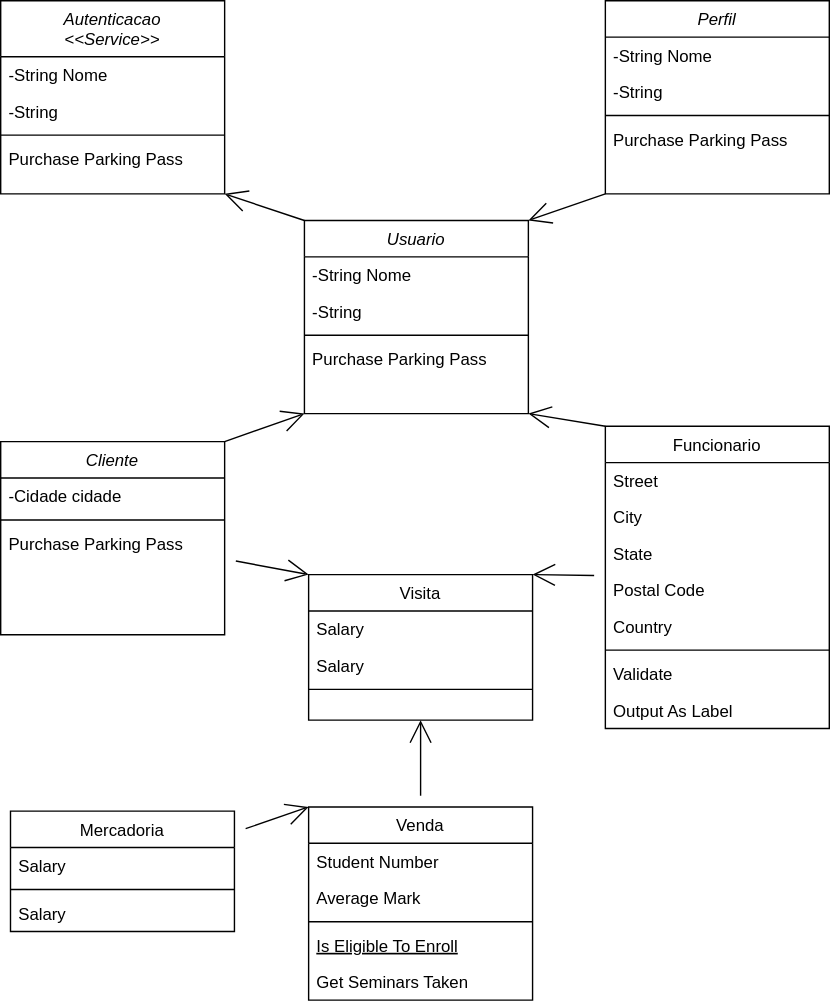
Before: .diagramas/class.client.drawio.svg, a diagram exported from draw.io (jcjoo/pi). Source tidied: cells renumbered, new cells last; positions are measured from the earlier drawing's top-left corner, leaving out a move shared by most shapes.
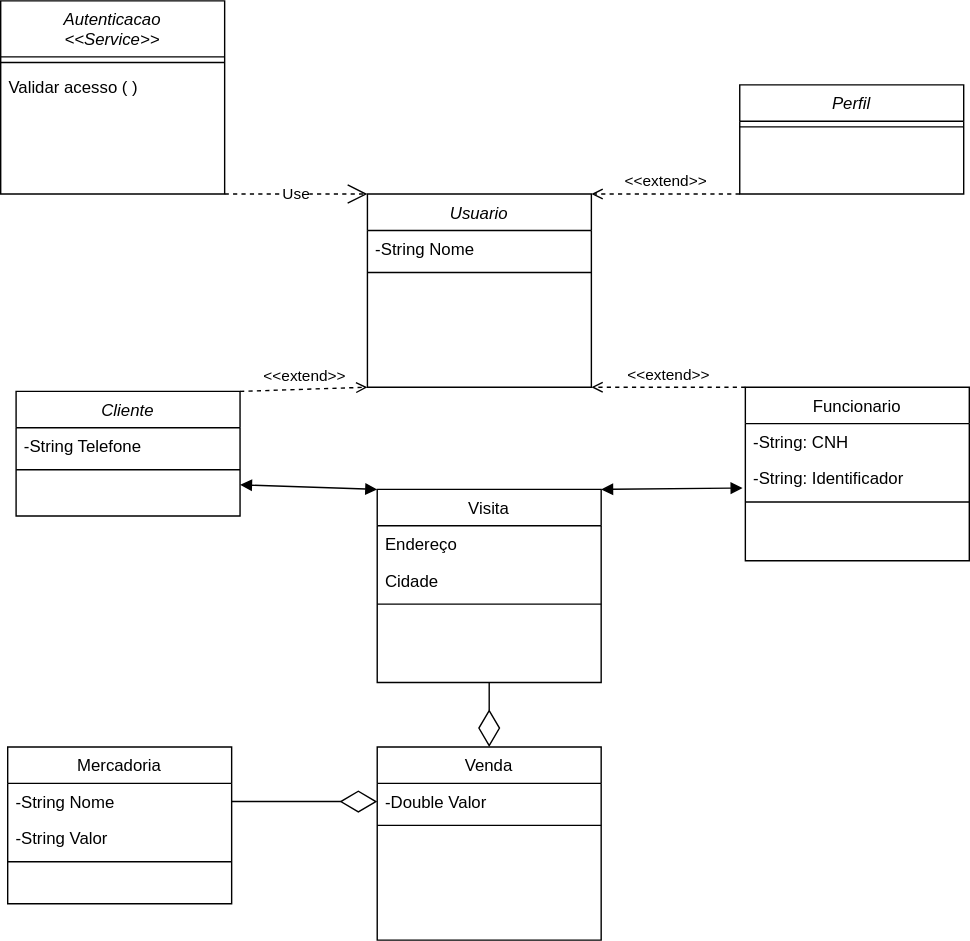
Later version of the same file.

What changed in the source:
```diff
@@ -2,155 +2,109 @@
   <root>
     <mxCell id="0" />
     <mxCell id="1" parent="0" />
-    <mxCell id="2" style="edgeStyle=none;curved=1;rounded=0;jettySize=auto;html=1;entryX=0;entryY=1;entryDx=0;entryDy=0;endArrow=open;startSize=14;endSize=14;sourcePerimeterSpacing=8;targetPerimeterSpacing=8;exitX=1;exitY=0;exitDx=0;exitDy=0;" parent="1" edge="1" source="4" target="31">
-      <mxGeometry relative="1" as="geometry" />
-    </mxCell>
-    <mxCell id="3" style="edgeStyle=none;curved=1;rounded=0;jettySize=auto;html=1;entryX=0;entryY=0;entryDx=0;entryDy=0;endArrow=open;startSize=14;endSize=14;sourcePerimeterSpacing=8;targetPerimeterSpacing=8;" parent="1" edge="1" source="4" target="15">
-      <mxGeometry relative="1" as="geometry" />
-    </mxCell>
     <mxCell id="4" value="Cliente" style="swimlane;fontStyle=2;align=center;verticalAlign=top;horizontal=1;startSize=26;rounded=0;shadow=0;strokeWidth=1;" parent="1" vertex="1">
-      <mxGeometry y="315" width="160" height="138" as="geometry" />
+      <mxGeometry x="-34" y="298" width="160" height="89" as="geometry" />
     </mxCell>
-    <mxCell id="5" value="-Cidade cidade" style="text;align=left;verticalAlign=top;spacingLeft=4;spacingRight=4;overflow=hidden;rounded=0;shadow=0;html=0;" parent="4" vertex="1">
-      <mxGeometry y="26" width="160" height="26" as="geometry" />
-    </mxCell>
+    <mxCell id="52" value="-String Telefone" style="text;align=left;verticalAlign=top;spacingLeft=4;spacingRight=4;overflow=hidden;" parent="4" vertex="1">
+      <mxGeometry y="26" width="160" height="26" as="geometry" />
+    </mxCell>
     <mxCell id="6" style="line;html=1;strokeWidth=1;align=left;verticalAlign=middle;spacingTop=-1;spacingLeft=3;spacingRight=3;labelPosition=right;" parent="4" vertex="1">
       <mxGeometry y="52" width="160" height="8" as="geometry" />
     </mxCell>
-    <mxCell id="7" value="Purchase Parking Pass" style="text;align=left;verticalAlign=top;spacingLeft=4;spacingRight=4;overflow=hidden;" parent="4" vertex="1">
-      <mxGeometry y="60" width="160" height="26" as="geometry" />
-    </mxCell>
-    <mxCell id="8" style="edgeStyle=none;curved=1;rounded=0;jettySize=auto;html=1;entryX=0.5;entryY=1;entryDx=0;entryDy=0;endArrow=open;startSize=14;endSize=14;sourcePerimeterSpacing=8;targetPerimeterSpacing=8;" parent="1" edge="1" source="9" target="15">
-      <mxGeometry relative="1" as="geometry" />
-    </mxCell>
     <mxCell id="9" value="Venda" style="swimlane;fontStyle=0;align=center;verticalAlign=top;horizontal=1;startSize=26;rounded=0;shadow=0;strokeWidth=1;" parent="1" vertex="1">
-      <mxGeometry x="220" y="576" width="160" height="138" as="geometry" />
+      <mxGeometry x="224" y="552" width="160" height="138" as="geometry" />
     </mxCell>
-    <mxCell id="10" value="Student Number" style="text;align=left;verticalAlign=top;spacingLeft=4;spacingRight=4;overflow=hidden;points=[[0,0.5],[1,0.5]];portConstraint=eastwest;" parent="9" vertex="1">
+    <mxCell id="10" value="-Double Valor" style="text;align=left;verticalAlign=top;spacingLeft=4;spacingRight=4;overflow=hidden;points=[[0,0.5],[1,0.5]];portConstraint=eastwest;" parent="9" vertex="1">
       <mxGeometry y="26" width="160" height="26" as="geometry" />
     </mxCell>
-    <mxCell id="11" value="Average Mark" style="text;align=left;verticalAlign=top;spacingLeft=4;spacingRight=4;overflow=hidden;rounded=0;shadow=0;html=0;" parent="9" vertex="1">
-      <mxGeometry y="52" width="160" height="26" as="geometry" />
-    </mxCell>
     <mxCell id="12" style="line;html=1;strokeWidth=1;align=left;verticalAlign=middle;spacingTop=-1;spacingLeft=3;spacingRight=3;labelPosition=right;" parent="9" vertex="1">
-      <mxGeometry y="78" width="160" height="8" as="geometry" />
+      <mxGeometry y="52" width="160" height="8" as="geometry" />
     </mxCell>
-    <mxCell id="13" value="Is Eligible To Enroll" style="text;align=left;verticalAlign=top;spacingLeft=4;spacingRight=4;overflow=hidden;fontStyle=4;" parent="9" vertex="1">
-      <mxGeometry y="86" width="160" height="26" as="geometry" />
-    </mxCell>
-    <mxCell id="14" value="Get Seminars Taken" style="text;align=left;verticalAlign=top;spacingLeft=4;spacingRight=4;overflow=hidden;" parent="9" vertex="1">
-      <mxGeometry y="112" width="160" height="26" as="geometry" />
-    </mxCell>
     <mxCell id="15" value="Visita" style="swimlane;fontStyle=0;align=center;verticalAlign=top;horizontal=1;startSize=26;rounded=0;shadow=0;strokeWidth=1;" parent="1" vertex="1">
-      <mxGeometry x="220" y="410" width="160" height="104" as="geometry" />
+      <mxGeometry x="224" y="368" width="160" height="138" as="geometry" />
     </mxCell>
-    <mxCell id="16" value="Salary" style="text;align=left;verticalAlign=top;spacingLeft=4;spacingRight=4;overflow=hidden;" parent="15" vertex="1">
+    <mxCell id="16" value="Endereço" style="text;align=left;verticalAlign=top;spacingLeft=4;spacingRight=4;overflow=hidden;" parent="15" vertex="1">
       <mxGeometry y="26" width="160" height="26" as="geometry" />
     </mxCell>
-    <mxCell id="17" value="Salary" style="text;align=left;verticalAlign=top;spacingLeft=4;spacingRight=4;overflow=hidden;" parent="15" vertex="1">
-      <mxGeometry y="52" width="160" height="26" as="geometry" />
-    </mxCell>
+    <mxCell id="53" value="Cidade&#10;" style="text;align=left;verticalAlign=top;spacingLeft=4;spacingRight=4;overflow=hidden;" parent="15" vertex="1">
+      <mxGeometry y="52" width="160" height="26" as="geometry" />
+    </mxCell>
     <mxCell id="18" style="line;html=1;strokeWidth=1;align=left;verticalAlign=middle;spacingTop=-1;spacingLeft=3;spacingRight=3;labelPosition=right;" parent="15" vertex="1">
       <mxGeometry y="78" width="160" height="8" as="geometry" />
     </mxCell>
-    <mxCell id="19" style="edgeStyle=none;curved=1;rounded=0;jettySize=auto;html=1;entryX=1;entryY=1;entryDx=0;entryDy=0;endArrow=open;startSize=14;endSize=14;sourcePerimeterSpacing=8;targetPerimeterSpacing=8;exitX=0;exitY=0;exitDx=0;exitDy=0;" parent="1" edge="1" source="21" target="31">
-      <mxGeometry relative="1" as="geometry" />
-    </mxCell>
-    <mxCell id="20" style="edgeStyle=none;curved=1;rounded=0;jettySize=auto;html=1;entryX=1;entryY=0;entryDx=0;entryDy=0;endArrow=open;startSize=14;endSize=14;sourcePerimeterSpacing=8;targetPerimeterSpacing=8;" parent="1" edge="1" source="21" target="15">
-      <mxGeometry relative="1" as="geometry" />
-    </mxCell>
     <mxCell id="21" value="Funcionario" style="swimlane;fontStyle=0;align=center;verticalAlign=top;horizontal=1;startSize=26;rounded=0;shadow=0;strokeWidth=1;" parent="1" vertex="1">
-      <mxGeometry x="432" y="304" width="160" height="216" as="geometry" />
+      <mxGeometry x="487" y="295" width="160" height="124" as="geometry" />
     </mxCell>
-    <mxCell id="22" value="Street" style="text;align=left;verticalAlign=top;spacingLeft=4;spacingRight=4;overflow=hidden;" parent="21" vertex="1">
-      <mxGeometry y="26" width="160" height="26" as="geometry" />
-    </mxCell>
-    <mxCell id="23" value="City" style="text;align=left;verticalAlign=top;spacingLeft=4;spacingRight=4;overflow=hidden;rounded=0;shadow=0;html=0;" parent="21" vertex="1">
-      <mxGeometry y="52" width="160" height="26" as="geometry" />
-    </mxCell>
-    <mxCell id="24" value="State" style="text;align=left;verticalAlign=top;spacingLeft=4;spacingRight=4;overflow=hidden;rounded=0;shadow=0;html=0;" parent="21" vertex="1">
-      <mxGeometry y="78" width="160" height="26" as="geometry" />
+    <mxCell id="24" value="-String: CNH" style="text;align=left;verticalAlign=top;spacingLeft=4;spacingRight=4;overflow=hidden;rounded=0;shadow=0;html=0;" parent="21" vertex="1">
+      <mxGeometry y="26" width="160" height="26" as="geometry" />
     </mxCell>
-    <mxCell id="25" value="Postal Code" style="text;align=left;verticalAlign=top;spacingLeft=4;spacingRight=4;overflow=hidden;rounded=0;shadow=0;html=0;" parent="21" vertex="1">
-      <mxGeometry y="104" width="160" height="26" as="geometry" />
-    </mxCell>
-    <mxCell id="26" value="Country" style="text;align=left;verticalAlign=top;spacingLeft=4;spacingRight=4;overflow=hidden;rounded=0;shadow=0;html=0;" parent="21" vertex="1">
-      <mxGeometry y="130" width="160" height="26" as="geometry" />
+    <mxCell id="26" value="-String: Identificador" style="text;align=left;verticalAlign=top;spacingLeft=4;spacingRight=4;overflow=hidden;rounded=0;shadow=0;html=0;" parent="21" vertex="1">
+      <mxGeometry y="52" width="160" height="26" as="geometry" />
     </mxCell>
     <mxCell id="27" style="line;html=1;strokeWidth=1;align=left;verticalAlign=middle;spacingTop=-1;spacingLeft=3;spacingRight=3;labelPosition=right;" parent="21" vertex="1">
-      <mxGeometry y="156" width="160" height="8" as="geometry" />
+      <mxGeometry y="78" width="160" height="8" as="geometry" />
     </mxCell>
-    <mxCell id="28" value="Validate" style="text;align=left;verticalAlign=top;spacingLeft=4;spacingRight=4;overflow=hidden;" parent="21" vertex="1">
-      <mxGeometry y="164" width="160" height="26" as="geometry" />
-    </mxCell>
-    <mxCell id="29" value="Output As Label" style="text;align=left;verticalAlign=top;spacingLeft=4;spacingRight=4;overflow=hidden;" parent="21" vertex="1">
-      <mxGeometry y="190" width="160" height="26" as="geometry" />
-    </mxCell>
-    <mxCell id="30" style="edgeStyle=none;curved=1;rounded=0;jettySize=auto;html=1;entryX=1;entryY=1;entryDx=0;entryDy=0;endArrow=open;startSize=14;endSize=14;sourcePerimeterSpacing=8;targetPerimeterSpacing=8;exitX=0;exitY=0;exitDx=0;exitDy=0;" parent="1" edge="1" source="31" target="47">
-      <mxGeometry relative="1" as="geometry" />
-    </mxCell>
     <mxCell id="31" value="Usuario" style="swimlane;fontStyle=2;align=center;verticalAlign=top;horizontal=1;startSize=26;rounded=0;shadow=0;strokeWidth=1;" parent="1" vertex="1">
       <mxGeometry x="217" y="157" width="160" height="138" as="geometry" />
     </mxCell>
     <mxCell id="32" value="-String Nome" style="text;align=left;verticalAlign=top;spacingLeft=4;spacingRight=4;overflow=hidden;" parent="31" vertex="1">
       <mxGeometry y="26" width="160" height="26" as="geometry" />
     </mxCell>
-    <mxCell id="33" value="-String&#10;" style="text;align=left;verticalAlign=top;spacingLeft=4;spacingRight=4;overflow=hidden;rounded=0;shadow=0;html=0;" parent="31" vertex="1">
-      <mxGeometry y="52" width="160" height="26" as="geometry" />
-    </mxCell>
     <mxCell id="34" style="line;html=1;strokeWidth=1;align=left;verticalAlign=middle;spacingTop=-1;spacingLeft=3;spacingRight=3;labelPosition=right;" parent="31" vertex="1">
-      <mxGeometry y="78" width="160" height="8" as="geometry" />
+      <mxGeometry y="52" width="160" height="8" as="geometry" />
     </mxCell>
-    <mxCell id="35" value="Purchase Parking Pass" style="text;align=left;verticalAlign=top;spacingLeft=4;spacingRight=4;overflow=hidden;" parent="31" vertex="1">
-      <mxGeometry y="86" width="160" height="26" as="geometry" />
-    </mxCell>
-    <mxCell id="36" style="edgeStyle=none;curved=1;rounded=0;jettySize=auto;html=1;entryX=0;entryY=0;entryDx=0;entryDy=0;endArrow=open;startSize=14;endSize=14;sourcePerimeterSpacing=8;targetPerimeterSpacing=8;" parent="1" edge="1" source="37" target="9">
-      <mxGeometry relative="1" as="geometry" />
-    </mxCell>
     <mxCell id="37" value="Mercadoria" style="swimlane;fontStyle=0;align=center;verticalAlign=top;horizontal=1;startSize=26;rounded=0;shadow=0;strokeWidth=1;" parent="1" vertex="1">
-      <mxGeometry x="7" y="579" width="160" height="86" as="geometry" />
+      <mxGeometry x="-40" y="552" width="160" height="112" as="geometry" />
     </mxCell>
-    <mxCell id="38" value="Salary" style="text;align=left;verticalAlign=top;spacingLeft=4;spacingRight=4;overflow=hidden;points=[[0,0.5],[1,0.5]];portConstraint=eastwest;" parent="37" vertex="1">
+    <mxCell id="38" value="-String Nome&#10;" style="text;align=left;verticalAlign=top;spacingLeft=4;spacingRight=4;overflow=hidden;points=[[0,0.5],[1,0.5]];portConstraint=eastwest;" parent="37" vertex="1">
       <mxGeometry y="26" width="160" height="26" as="geometry" />
     </mxCell>
+    <mxCell id="54" value="-String Valor" style="text;align=left;verticalAlign=top;spacingLeft=4;spacingRight=4;overflow=hidden;" parent="37" vertex="1">
+      <mxGeometry y="52" width="160" height="26" as="geometry" />
+    </mxCell>
     <mxCell id="39" style="line;html=1;strokeWidth=1;align=left;verticalAlign=middle;spacingTop=-1;spacingLeft=3;spacingRight=3;labelPosition=right;" parent="37" vertex="1">
-      <mxGeometry y="52" width="160" height="8" as="geometry" />
+      <mxGeometry y="78" width="160" height="8" as="geometry" />
     </mxCell>
-    <mxCell id="40" value="Salary" style="text;align=left;verticalAlign=top;spacingLeft=4;spacingRight=4;overflow=hidden;" parent="37" vertex="1">
-      <mxGeometry y="60" width="160" height="26" as="geometry" />
-    </mxCell>
-    <mxCell id="41" style="edgeStyle=none;curved=1;rounded=0;jettySize=auto;html=1;entryX=1;entryY=0;entryDx=0;entryDy=0;endArrow=open;startSize=14;endSize=14;sourcePerimeterSpacing=8;targetPerimeterSpacing=8;exitX=0;exitY=1;exitDx=0;exitDy=0;" parent="1" edge="1" source="42" target="31">
-      <mxGeometry relative="1" as="geometry" />
-    </mxCell>
     <mxCell id="42" value="Perfil&#10;" style="swimlane;fontStyle=2;align=center;verticalAlign=top;horizontal=1;startSize=26;rounded=0;shadow=0;strokeWidth=1;" parent="1" vertex="1">
-      <mxGeometry x="432" width="160" height="138" as="geometry" />
+      <mxGeometry x="483" y="79" width="160" height="78" as="geometry" />
     </mxCell>
-    <mxCell id="43" value="-String Nome" style="text;align=left;verticalAlign=top;spacingLeft=4;spacingRight=4;overflow=hidden;" parent="42" vertex="1">
-      <mxGeometry y="26" width="160" height="26" as="geometry" />
-    </mxCell>
-    <mxCell id="44" value="-String&#10;" style="text;align=left;verticalAlign=top;spacingLeft=4;spacingRight=4;overflow=hidden;rounded=0;shadow=0;html=0;" parent="42" vertex="1">
-      <mxGeometry y="52" width="160" height="26" as="geometry" />
-    </mxCell>
     <mxCell id="45" style="line;html=1;strokeWidth=1;align=left;verticalAlign=middle;spacingTop=-1;spacingLeft=3;spacingRight=3;labelPosition=right;" parent="42" vertex="1">
-      <mxGeometry y="78" width="160" height="8" as="geometry" />
+      <mxGeometry y="26" width="160" height="8" as="geometry" />
     </mxCell>
-    <mxCell id="46" value="Purchase Parking Pass" style="text;align=left;verticalAlign=top;spacingLeft=4;spacingRight=4;overflow=hidden;" parent="42" vertex="1">
-      <mxGeometry y="86" width="160" height="26" as="geometry" />
-    </mxCell>
     <mxCell id="47" value="Autenticacao&#10;&lt;&lt;Service&gt;&gt;" style="swimlane;fontStyle=2;align=center;verticalAlign=top;horizontal=1;startSize=40;rounded=0;shadow=0;strokeWidth=1;" parent="1" vertex="1">
-      <mxGeometry width="160" height="138" as="geometry" />
+      <mxGeometry x="-45" y="19" width="160" height="138" as="geometry" />
     </mxCell>
-    <mxCell id="48" value="-String Nome" style="text;align=left;verticalAlign=top;spacingLeft=4;spacingRight=4;overflow=hidden;" parent="47" vertex="1">
-      <mxGeometry y="40" width="160" height="26" as="geometry" />
-    </mxCell>
-    <mxCell id="49" value="-String&#10;" style="text;align=left;verticalAlign=top;spacingLeft=4;spacingRight=4;overflow=hidden;rounded=0;shadow=0;html=0;" parent="47" vertex="1">
-      <mxGeometry y="66" width="160" height="26" as="geometry" />
-    </mxCell>
     <mxCell id="50" style="line;html=1;strokeWidth=1;align=left;verticalAlign=middle;spacingTop=-1;spacingLeft=3;spacingRight=3;labelPosition=right;" parent="47" vertex="1">
-      <mxGeometry y="92" width="160" height="8" as="geometry" />
+      <mxGeometry y="40" width="160" height="8" as="geometry" />
     </mxCell>
-    <mxCell id="51" value="Purchase Parking Pass" style="text;align=left;verticalAlign=top;spacingLeft=4;spacingRight=4;overflow=hidden;" parent="47" vertex="1">
-      <mxGeometry y="100" width="160" height="26" as="geometry" />
+    <mxCell id="51" value="Validar acesso ( )" style="text;align=left;verticalAlign=top;spacingLeft=4;spacingRight=4;overflow=hidden;" parent="47" vertex="1">
+      <mxGeometry y="48" width="160" height="26" as="geometry" />
     </mxCell>
+    <mxCell id="41" value="&amp;lt;&amp;lt;extend&amp;gt;&amp;gt;" style="html=1;verticalAlign=bottom;labelBackgroundColor=none;endArrow=open;endFill=0;dashed=1;rounded=0;entryX=1;entryY=0;entryDx=0;entryDy=0;exitX=0;exitY=1;exitDx=0;exitDy=0;" parent="1" edge="1" source="42" target="31">
+      <mxGeometry relative="1" as="geometry" />
+    </mxCell>
+    <mxCell id="19" value="&amp;lt;&amp;lt;extend&amp;gt;&amp;gt;" style="html=1;verticalAlign=bottom;labelBackgroundColor=none;endArrow=open;endFill=0;dashed=1;rounded=0;exitX=0;exitY=0;exitDx=0;exitDy=0;entryX=1;entryY=1;entryDx=0;entryDy=0;" parent="1" edge="1" source="21" target="31">
+      <mxGeometry relative="1" as="geometry" />
+    </mxCell>
+    <mxCell id="2" value="&amp;lt;&amp;lt;extend&amp;gt;&amp;gt;" style="html=1;verticalAlign=bottom;labelBackgroundColor=none;endArrow=open;endFill=0;dashed=1;rounded=0;exitX=1;exitY=0;exitDx=0;exitDy=0;entryX=0;entryY=1;entryDx=0;entryDy=0;" parent="1" edge="1" source="4" target="31">
+      <mxGeometry relative="1" as="geometry" />
+    </mxCell>
+    <mxCell id="55" value="Use" style="endArrow=open;endSize=12;dashed=1;html=1;rounded=0;exitX=1;exitY=1;exitDx=0;exitDy=0;entryX=0;entryY=0;entryDx=0;entryDy=0;" parent="1" edge="1" source="47" target="31">
+      <mxGeometry relative="1" as="geometry" />
+    </mxCell>
+    <mxCell id="56" style="endArrow=diamondThin;endFill=0;endSize=24;html=1;rounded=0;entryX=0.5;entryY=0;entryDx=0;entryDy=0;exitX=0.5;exitY=1;exitDx=0;exitDy=0;" parent="1" edge="1" source="15" target="9">
+      <mxGeometry relative="1" as="geometry" />
+    </mxCell>
+    <mxCell id="57" style="endArrow=block;startArrow=block;endFill=1;startFill=1;html=1;rounded=0;exitX=0;exitY=0;exitDx=0;exitDy=0;entryX=1;entryY=0.75;entryDx=0;entryDy=0;" parent="1" edge="1" source="15" target="4">
+      <mxGeometry relative="1" as="geometry" />
+    </mxCell>
+    <mxCell id="58" style="endArrow=block;startArrow=block;endFill=1;startFill=1;html=1;rounded=0;exitX=1;exitY=0;exitDx=0;exitDy=0;" parent="1" edge="1" source="15">
+      <mxGeometry relative="1" as="geometry">
+        <mxPoint x="485" y="367" as="targetPoint" />
+      </mxGeometry>
+    </mxCell>
+    <mxCell id="59" style="endArrow=diamondThin;endFill=0;endSize=24;html=1;rounded=0;entryX=0;entryY=0.5;entryDx=0;entryDy=0;exitX=1;exitY=0.5;exitDx=0;exitDy=0;" parent="1" edge="1" source="38" target="10">
+      <mxGeometry relative="1" as="geometry" />
+    </mxCell>
   </root>
 </mxGraphModel>
```
